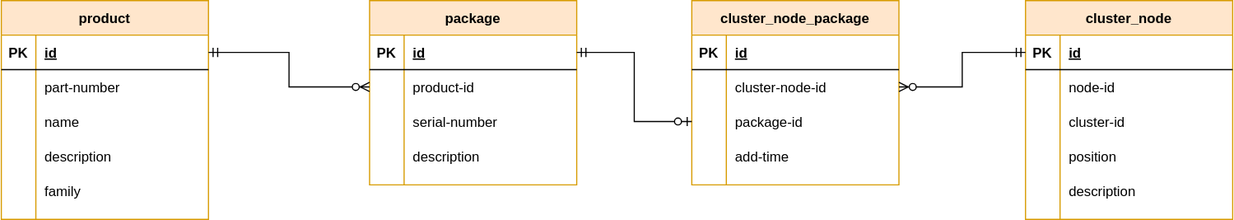
Before: documents/schemas/product.svg, a diagram exported from draw.io (our-fancy-team-name/office-space). Source tidied: cells renumbered, new cells last; positions are measured from the earlier drawing's top-left corner, leaving out a move shared by most shapes.
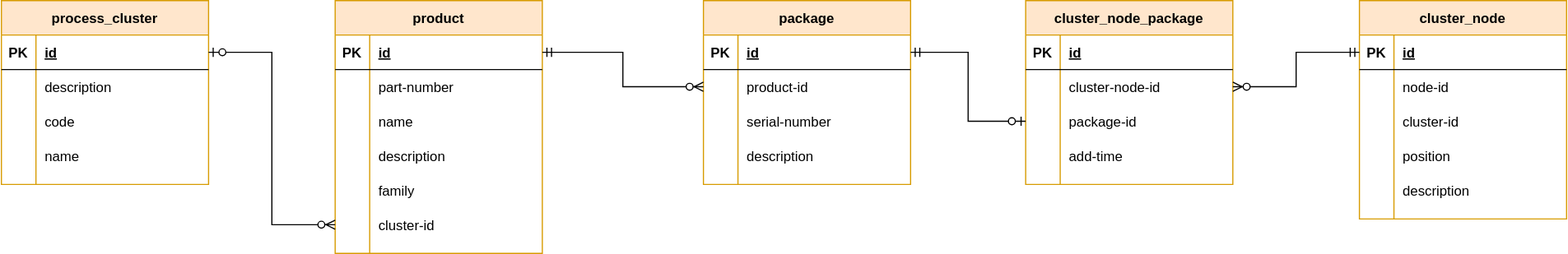
After the commit.

Commit message:
now product can select cluster

Diff of the diagram source:
```diff
@@ -3,7 +3,7 @@
     <mxCell id="0" />
     <mxCell id="1" parent="0" />
     <mxCell id="2" value="product" style="shape=table;startSize=30;rowLines=0;fontStyle=1;align=center;fillColor=#ffe6cc;strokeColor=#d79b00;" parent="1" vertex="1">
-      <mxGeometry width="180" height="190" as="geometry" />
+      <mxGeometry width="180" height="220" as="geometry" />
     </mxCell>
     <mxCell id="3" style="shape=partialRectangle;fillColor=none;top=0;left=0;bottom=1;right=0;points=[[0,0.5],[1,0.5]];portConstraint=eastwest;" parent="2" vertex="1">
       <mxGeometry y="30" width="180" height="30" as="geometry" />
@@ -50,6 +50,15 @@
     <mxCell id="17" value="family" style="shape=partialRectangle;fillColor=none;top=0;left=0;bottom=0;right=0;align=left;spacingLeft=6;overflow=hidden;" parent="15" vertex="1">
       <mxGeometry x="30" width="150" height="30" as="geometry" />
     </mxCell>
+    <mxCell id="63" style="shape=partialRectangle;fillColor=none;top=0;left=0;bottom=0;right=0;points=[[0,0.5],[1,0.5]];portConstraint=eastwest;" parent="2" vertex="1">
+      <mxGeometry y="180" width="180" height="30" as="geometry" />
+    </mxCell>
+    <mxCell id="64" style="shape=partialRectangle;fillColor=none;top=0;left=0;bottom=0;right=0;overflow=hidden;" parent="63" vertex="1">
+      <mxGeometry width="30" height="30" as="geometry" />
+    </mxCell>
+    <mxCell id="65" value="cluster-id" style="shape=partialRectangle;fillColor=none;top=0;left=0;bottom=0;right=0;align=left;spacingLeft=6;overflow=hidden;" parent="63" vertex="1">
+      <mxGeometry x="30" width="150" height="30" as="geometry" />
+    </mxCell>
     <mxCell id="18" value="package" style="shape=table;startSize=30;rowLines=0;fontStyle=1;align=center;fillColor=#ffe6cc;strokeColor=#d79b00;" parent="1" vertex="1">
       <mxGeometry x="320" width="180" height="160" as="geometry" />
     </mxCell>
@@ -185,5 +194,47 @@
     <mxCell id="62" style="edgeStyle=orthogonalEdgeStyle;rounded=0;jettySize=auto;html=1;entryX=0;entryY=0.5;entryDx=0;entryDy=0;startArrow=ERmandOne;startFill=0;endArrow=ERzeroToOne;endFill=1;" parent="1" edge="1" source="19" target="55">
       <mxGeometry relative="1" as="geometry" />
     </mxCell>
+    <mxCell id="66" value="process_cluster" style="shape=table;startSize=30;rowLines=0;fontStyle=1;align=center;fillColor=#ffe6cc;strokeColor=#d79b00;" parent="1" vertex="1">
+      <mxGeometry x="-290" width="180" height="160" as="geometry" />
+    </mxCell>
+    <mxCell id="67" style="shape=partialRectangle;fillColor=none;top=0;left=0;bottom=1;right=0;points=[[0,0.5],[1,0.5]];portConstraint=eastwest;" parent="66" vertex="1">
+      <mxGeometry y="30" width="180" height="30" as="geometry" />
+    </mxCell>
+    <mxCell id="68" value="PK" style="shape=partialRectangle;fillColor=none;top=0;left=0;bottom=0;right=0;fontStyle=1;overflow=hidden;" parent="67" vertex="1">
+      <mxGeometry width="30" height="30" as="geometry" />
+    </mxCell>
+    <mxCell id="69" value="id" style="shape=partialRectangle;fillColor=none;top=0;left=0;bottom=0;right=0;align=left;spacingLeft=6;fontStyle=5;overflow=hidden;" parent="67" vertex="1">
+      <mxGeometry x="30" width="150" height="30" as="geometry" />
+    </mxCell>
+    <mxCell id="70" style="shape=partialRectangle;fillColor=none;top=0;left=0;bottom=0;right=0;" parent="66" vertex="1">
+      <mxGeometry y="60" width="180" height="30" as="geometry" />
+    </mxCell>
+    <mxCell id="71" style="shape=partialRectangle;fillColor=none;top=0;left=0;bottom=0;right=0;overflow=hidden;" parent="70" vertex="1">
+      <mxGeometry width="30" height="30" as="geometry" />
+    </mxCell>
+    <mxCell id="72" value="description" style="shape=partialRectangle;fillColor=none;top=0;left=0;bottom=0;right=0;align=left;spacingLeft=6;overflow=hidden;" parent="70" vertex="1">
+      <mxGeometry x="30" width="150" height="30" as="geometry" />
+    </mxCell>
+    <mxCell id="73" style="shape=partialRectangle;fillColor=none;top=0;left=0;bottom=0;right=0;" parent="66" vertex="1">
+      <mxGeometry y="90" width="180" height="30" as="geometry" />
+    </mxCell>
+    <mxCell id="74" style="shape=partialRectangle;fillColor=none;top=0;left=0;bottom=0;right=0;overflow=hidden;" parent="73" vertex="1">
+      <mxGeometry width="30" height="30" as="geometry" />
+    </mxCell>
+    <mxCell id="75" value="code" style="shape=partialRectangle;fillColor=none;top=0;left=0;bottom=0;right=0;align=left;spacingLeft=6;overflow=hidden;" parent="73" vertex="1">
+      <mxGeometry x="30" width="150" height="30" as="geometry" />
+    </mxCell>
+    <mxCell id="76" style="shape=partialRectangle;fillColor=none;top=0;left=0;bottom=0;right=0;" parent="66" vertex="1">
+      <mxGeometry y="120" width="180" height="30" as="geometry" />
+    </mxCell>
+    <mxCell id="77" style="shape=partialRectangle;fillColor=none;top=0;left=0;bottom=0;right=0;overflow=hidden;" parent="76" vertex="1">
+      <mxGeometry width="30" height="30" as="geometry" />
+    </mxCell>
+    <mxCell id="78" value="name" style="shape=partialRectangle;fillColor=none;top=0;left=0;bottom=0;right=0;align=left;spacingLeft=6;overflow=hidden;" parent="76" vertex="1">
+      <mxGeometry x="30" width="150" height="30" as="geometry" />
+    </mxCell>
+    <mxCell id="79" style="edgeStyle=orthogonalEdgeStyle;rounded=0;jettySize=auto;html=1;entryX=0;entryY=0.5;entryDx=0;entryDy=0;endArrow=ERzeroToMany;endFill=1;startArrow=ERzeroToOne;startFill=1;" parent="1" edge="1" source="67" target="63">
+      <mxGeometry relative="1" as="geometry" />
+    </mxCell>
   </root>
 </mxGraphModel>
```
